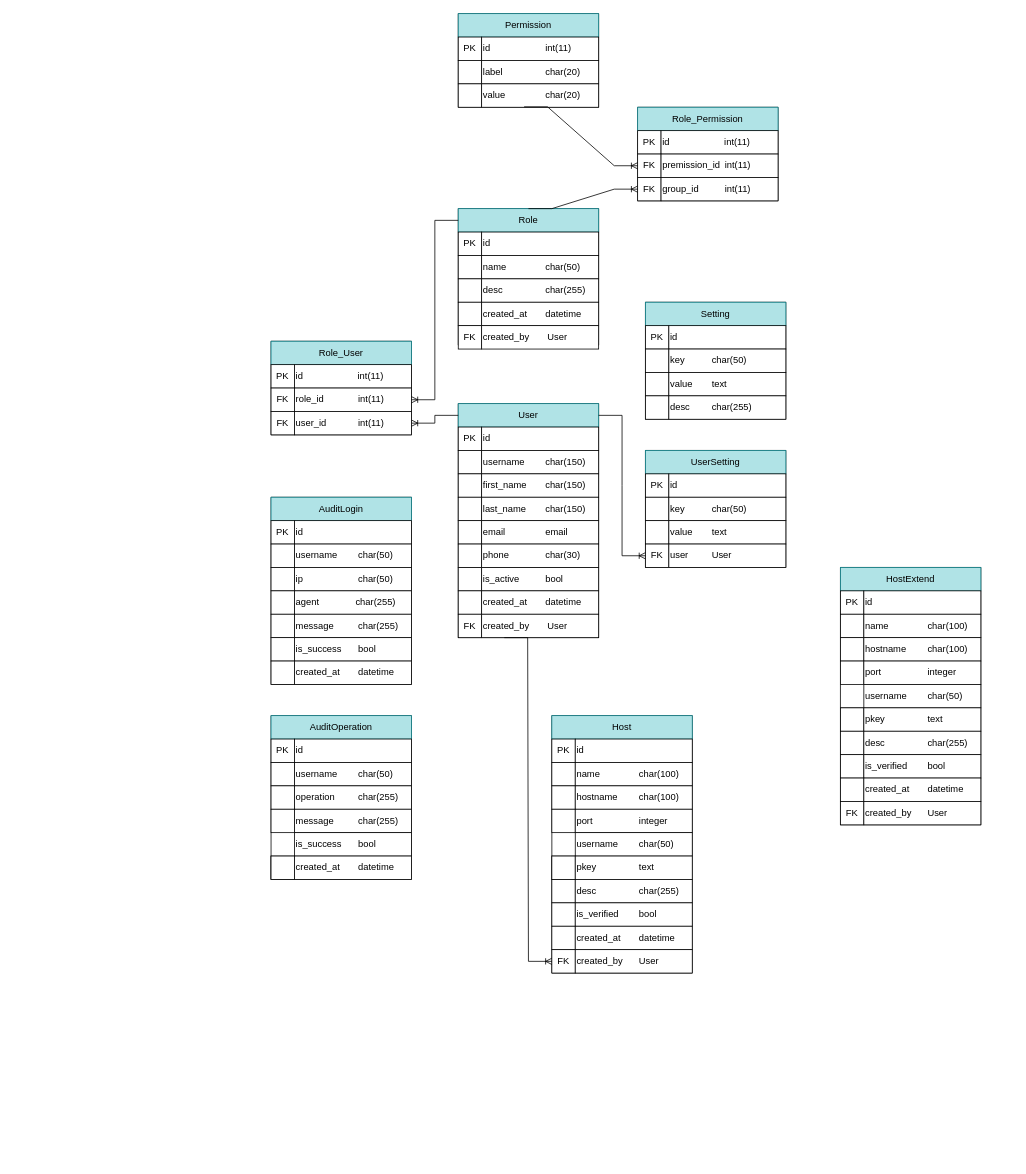
Before: 思创运维平台数据库设计.drawio in yihezhou/diagrams, a draw.io diagram. Source tidied: cells renumbered, new cells numbered last; positions are measured from the earlier drawing's top-left corner, leaving out a move shared by most shapes. Both pictures are drawn from the tidied source at 78%, with x=0, y=0 at pixel (271, 13).
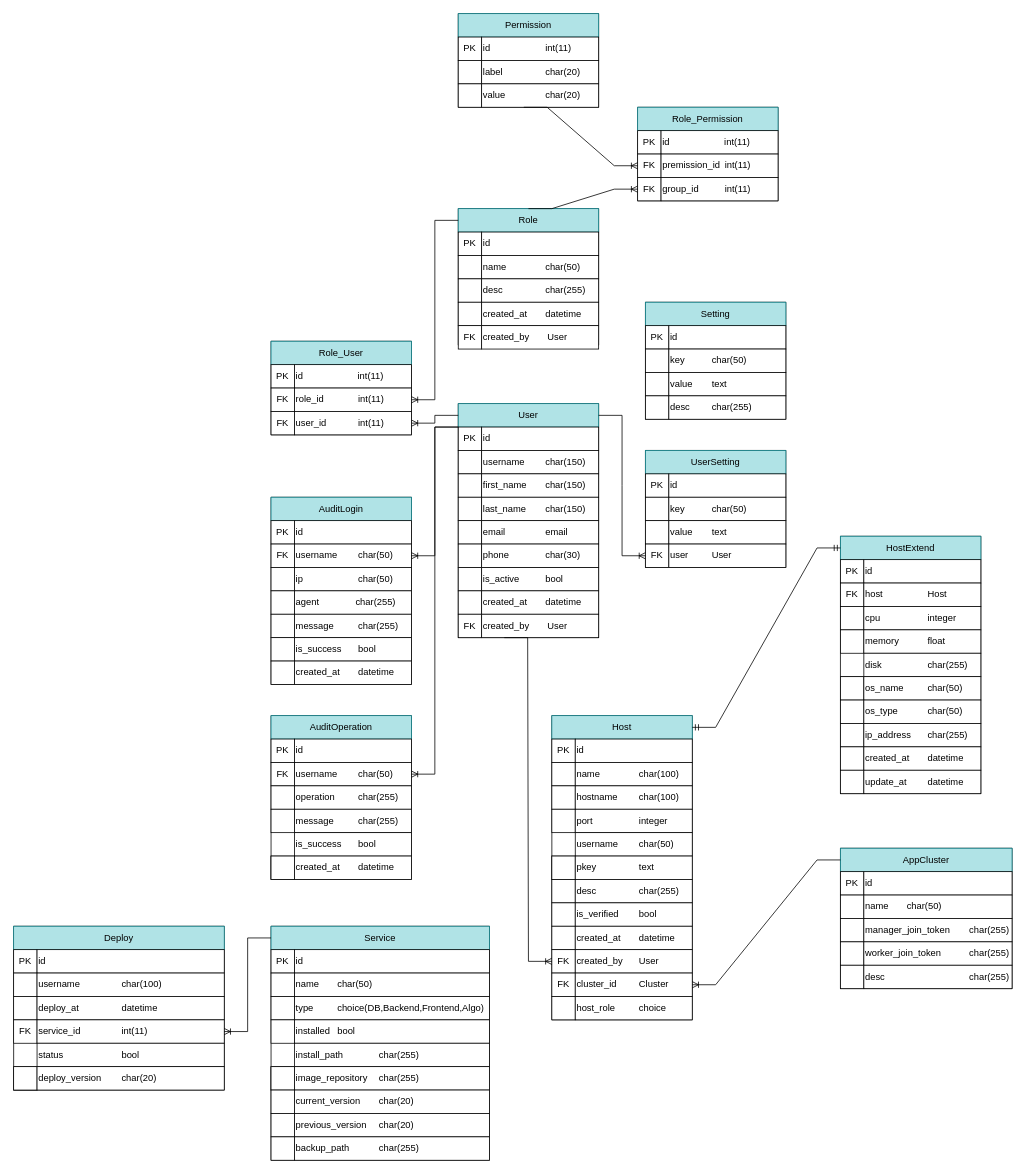
After the change.

Commit message (it also covers changes not shown here):
更新思创运维平台数据库设计.drawio

The change refers to these unchanged cells:
```xml
<mxCell id="9" value="value&lt;span style=&quot;white-space: pre;&quot;&gt;&#9;&lt;/span&gt;&lt;span style=&quot;white-space: pre;&quot;&gt;&#9;&lt;/span&gt;char(20)" style="rounded=0;whiteSpace=wrap;html=1;align=left;" parent="2" vertex="1">
  <mxGeometry x="30" y="90" width="150" height="30" as="geometry" />
</mxCell>
<mxCell id="26" value="FK" style="rounded=0;whiteSpace=wrap;html=1;" parent="22" vertex="1">
  <mxGeometry y="60" width="30" height="30" as="geometry" />
</mxCell>
<mxCell id="53" value="User" style="rounded=0;whiteSpace=wrap;html=1;fillColor=#b0e3e6;strokeColor=#0e8088;" parent="52" vertex="1">
  <mxGeometry width="180" height="30" as="geometry" />
</mxCell>
<mxCell id="83" style="swimlane;startSize=0;" parent="1" vertex="1">
  <mxGeometry y="620" width="180" height="240" as="geometry" />
</mxCell>
<mxCell id="88" value="username&lt;span style=&quot;white-space: pre;&quot;&gt;&#9;&lt;/span&gt;char(50)" style="rounded=0;whiteSpace=wrap;html=1;align=left;" parent="83" vertex="1">
  <mxGeometry x="30" y="60" width="150" height="30" as="geometry" />
</mxCell>
<mxCell id="99" style="swimlane;startSize=0;" parent="1" vertex="1">
  <mxGeometry y="900" width="180" height="210" as="geometry" />
</mxCell>
<mxCell id="104" value="username&lt;span style=&quot;white-space: pre;&quot;&gt;&#9;&lt;/span&gt;char(50)" style="rounded=0;whiteSpace=wrap;html=1;align=left;" parent="99" vertex="1">
  <mxGeometry x="30" y="60" width="150" height="30" as="geometry" />
</mxCell>
<mxCell id="114" value="Host" style="rounded=0;whiteSpace=wrap;html=1;fillColor=#b0e3e6;strokeColor=#0e8088;" parent="113" vertex="1">
  <mxGeometry width="180" height="30" as="geometry" />
</mxCell>
<mxCell id="137" value="HostExtend" style="rounded=0;whiteSpace=wrap;html=1;fillColor=#b0e3e6;strokeColor=#0e8088;" parent="136" vertex="1">
  <mxGeometry width="180" height="30" as="geometry" />
</mxCell>
```

Diff of the diagram source:
```diff
@@
-    <mxCell id="31" style="edgeStyle=entityRelationEdgeStyle;fontSize=12;html=1;endArrow=ERoneToMany;rounded=0;exitX=0.363;exitY=0.981;exitDx=0;exitDy=0;entryX=0;entryY=0.5;entryDx=0;entryDy=0;exitPerimeter=0;" parent="1" edge="1" source="9" target="26">
-      <mxGeometry relative="1" as="geometry" />
+    <mxCell id="31" style="edgeStyle=entityRelationEdgeStyle;fontSize=12;html=1;endArrow=ERoneToMany;rounded=0;entryX=0;entryY=0.5;entryDx=0;entryDy=0;" parent="1" edge="1" target="26">
+      <mxGeometry relative="1" as="geometry">
+        <mxPoint x="324" y="120" as="sourcePoint" />
+      </mxGeometry>
     </mxCell>
@@
-    <mxCell id="87" style="rounded=0;whiteSpace=wrap;html=1;" parent="83" vertex="1">
+    <mxCell id="87" value="FK" style="rounded=0;whiteSpace=wrap;html=1;" parent="83" vertex="1">
       <mxGeometry y="60" width="30" height="30" as="geometry" />
     </mxCell>
@@
-    <mxCell id="103" style="rounded=0;whiteSpace=wrap;html=1;" parent="99" vertex="1">
+    <mxCell id="103" value="FK" style="rounded=0;whiteSpace=wrap;html=1;" parent="99" vertex="1">
       <mxGeometry y="60" width="30" height="30" as="geometry" />
     </mxCell>
@@
     <mxCell id="113" style="swimlane;startSize=0;" parent="1" vertex="1">
-      <mxGeometry x="360" y="900" width="180" height="330" as="geometry" />
+      <mxGeometry x="360" y="900" width="180" height="390" as="geometry" />
     </mxCell>
@@
+    <mxCell id="158" value="FK" style="rounded=0;whiteSpace=wrap;html=1;" parent="113" vertex="1">
+      <mxGeometry y="330" width="30" height="30" as="geometry" />
+    </mxCell>
+    <mxCell id="159" value="cluster_id&lt;span style=&quot;white-space: pre;&quot;&gt;&#9;&lt;/span&gt;&lt;span style=&quot;white-space: pre;&quot;&gt;&#9;&lt;/span&gt;Cluster" style="rounded=0;whiteSpace=wrap;html=1;align=left;" parent="113" vertex="1">
+      <mxGeometry x="30" y="330" width="150" height="30" as="geometry" />
+    </mxCell>
+    <mxCell id="160" style="rounded=0;whiteSpace=wrap;html=1;" parent="113" vertex="1">
+      <mxGeometry y="360" width="30" height="30" as="geometry" />
+    </mxCell>
+    <mxCell id="161" value="host_role&lt;span style=&quot;white-space: pre;&quot;&gt;&#9;&lt;span style=&quot;white-space: pre;&quot;&gt;&#9;&lt;/span&gt;&lt;/span&gt;choice" style="rounded=0;whiteSpace=wrap;html=1;align=left;" parent="113" vertex="1">
+      <mxGeometry x="30" y="360" width="150" height="30" as="geometry" />
+    </mxCell>
@@
     <mxCell id="136" style="swimlane;startSize=0;" parent="1" vertex="1">
-      <mxGeometry x="730" y="710" width="180" height="330" as="geometry" />
+      <mxGeometry x="730" y="670" width="180" height="330" as="geometry" />
     </mxCell>
@@
-    <mxCell id="140" style="rounded=0;whiteSpace=wrap;html=1;" parent="136" vertex="1">
+    <mxCell id="140" value="FK" style="rounded=0;whiteSpace=wrap;html=1;" parent="136" vertex="1">
       <mxGeometry y="60" width="30" height="30" as="geometry" />
     </mxCell>
-    <mxCell id="141" value="name&lt;span style=&quot;white-space: pre;&quot;&gt;&#9;&lt;span style=&quot;white-space: pre;&quot;&gt;&#9;&lt;/span&gt;&lt;/span&gt;char(100)" style="rounded=0;whiteSpace=wrap;html=1;align=left;" parent="136" vertex="1">
+    <mxCell id="141" value="host&lt;span style=&quot;white-space: pre;&quot;&gt;&#9;&lt;/span&gt;&lt;span style=&quot;white-space: pre;&quot;&gt;&#9;&lt;/span&gt;&lt;span style=&quot;white-space: pre;&quot;&gt;&#9;&lt;/span&gt;Host" style="rounded=0;whiteSpace=wrap;html=1;align=left;" parent="136" vertex="1">
       <mxGeometry x="30" y="60" width="150" height="30" as="geometry" />
     </mxCell>
@@
-    <mxCell id="143" value="hostname&lt;span style=&quot;white-space: pre;&quot;&gt;&#9;&lt;/span&gt;char(100)" style="rounded=0;whiteSpace=wrap;html=1;align=left;" parent="136" vertex="1">
+    <mxCell id="143" value="cpu&lt;span style=&quot;white-space: pre;&quot;&gt;&#9;&lt;/span&gt;&lt;span style=&quot;white-space: pre;&quot;&gt;&#9;&lt;/span&gt;&lt;span style=&quot;white-space: pre;&quot;&gt;&#9;&lt;/span&gt;integer" style="rounded=0;whiteSpace=wrap;html=1;align=left;" parent="136" vertex="1">
       <mxGeometry x="30" y="90" width="150" height="30" as="geometry" />
     </mxCell>
@@
-    <mxCell id="145" value="port&lt;span style=&quot;white-space: pre;&quot;&gt;&#9;&lt;/span&gt;&lt;span style=&quot;white-space: pre;&quot;&gt;&#9;&lt;/span&gt;&lt;span style=&quot;white-space: pre;&quot;&gt;&#9;&lt;/span&gt;integer" style="rounded=0;whiteSpace=wrap;html=1;align=left;" parent="136" vertex="1">
+    <mxCell id="145" value="memory&lt;span style=&quot;white-space: pre;&quot;&gt;&#9;&lt;/span&gt;&lt;span style=&quot;white-space: pre;&quot;&gt;&#9;&lt;/span&gt;float" style="rounded=0;whiteSpace=wrap;html=1;align=left;" parent="136" vertex="1">
       <mxGeometry x="30" y="120" width="150" height="30" as="geometry" />
     </mxCell>
@@
-    <mxCell id="147" value="username&lt;span style=&quot;white-space: pre;&quot;&gt;&#9;&lt;/span&gt;char(50)" style="rounded=0;whiteSpace=wrap;html=1;align=left;" parent="136" vertex="1">
+    <mxCell id="147" value="disk&lt;span style=&quot;white-space: pre;&quot;&gt;&#9;&lt;/span&gt;&lt;span style=&quot;white-space: pre;&quot;&gt;&#9;&lt;/span&gt;&lt;span style=&quot;white-space: pre;&quot;&gt;&#9;&lt;/span&gt;char(255)" style="rounded=0;whiteSpace=wrap;html=1;align=left;" parent="136" vertex="1">
       <mxGeometry x="30" y="150" width="150" height="30" as="geometry" />
     </mxCell>
@@
-    <mxCell id="149" value="pkey&lt;span style=&quot;white-space: pre;&quot;&gt;&#9;&lt;/span&gt;&lt;span style=&quot;white-space: pre;&quot;&gt;&#9;&lt;/span&gt;text" style="rounded=0;whiteSpace=wrap;html=1;align=left;" parent="136" vertex="1">
+    <mxCell id="149" value="os_name&lt;span style=&quot;white-space: pre;&quot;&gt;&#9;&lt;/span&gt;&lt;span style=&quot;white-space: pre;&quot;&gt;&#9;&lt;/span&gt;char(50)" style="rounded=0;whiteSpace=wrap;html=1;align=left;" parent="136" vertex="1">
       <mxGeometry x="30" y="180" width="150" height="30" as="geometry" />
     </mxCell>
@@
-    <mxCell id="151" value="desc&lt;span style=&quot;white-space: pre;&quot;&gt;&#9;&lt;/span&gt;&lt;span style=&quot;white-space: pre;&quot;&gt;&#9;&lt;/span&gt;char(255)" style="rounded=0;whiteSpace=wrap;html=1;align=left;" parent="136" vertex="1">
+    <mxCell id="151" value="os_type&lt;span style=&quot;white-space: pre;&quot;&gt;&#9;&lt;/span&gt;&lt;span style=&quot;white-space: pre;&quot;&gt;&#9;&lt;/span&gt;char(50)" style="rounded=0;whiteSpace=wrap;html=1;align=left;" parent="136" vertex="1">
       <mxGeometry x="30" y="210" width="150" height="30" as="geometry" />
     </mxCell>
@@
-    <mxCell id="153" value="is_verified&lt;span style=&quot;white-space: pre;&quot;&gt;&#9;&lt;/span&gt;bool" style="rounded=0;whiteSpace=wrap;html=1;align=left;" parent="136" vertex="1">
+    <mxCell id="153" value="ip_address&lt;span style=&quot;white-space: pre;&quot;&gt;&#9;&lt;/span&gt;char(255)" style="rounded=0;whiteSpace=wrap;html=1;align=left;" parent="136" vertex="1">
       <mxGeometry x="30" y="240" width="150" height="30" as="geometry" />
     </mxCell>
@@
-    <mxCell id="156" value="FK" style="rounded=0;whiteSpace=wrap;html=1;" parent="136" vertex="1">
+    <mxCell id="156" style="rounded=0;whiteSpace=wrap;html=1;" parent="136" vertex="1">
       <mxGeometry y="300" width="30" height="30" as="geometry" />
     </mxCell>
-    <mxCell id="157" value="created_by&lt;span style=&quot;white-space: pre;&quot;&gt;&#9;&lt;/span&gt;User" style="rounded=0;whiteSpace=wrap;html=1;align=left;" parent="136" vertex="1">
+    <mxCell id="157" value="update_at&lt;span style=&quot;white-space: pre;&quot;&gt;&#9;&lt;/span&gt;datetime" style="rounded=0;whiteSpace=wrap;html=1;align=left;" parent="136" vertex="1">
       <mxGeometry x="30" y="300" width="150" height="30" as="geometry" />
     </mxCell>
+    <mxCell id="162" style="edgeStyle=entityRelationEdgeStyle;fontSize=12;html=1;endArrow=ERmandOne;startArrow=ERmandOne;rounded=0;exitX=1;exitY=0.5;exitDx=0;exitDy=0;entryX=0;entryY=0.5;entryDx=0;entryDy=0;" parent="1" edge="1" source="114" target="137">
+      <mxGeometry relative="1" as="geometry">
+        <Array as="points">
+          <mxPoint x="680" y="850" />
+        </Array>
+      </mxGeometry>
+    </mxCell>
+    <mxCell id="163" style="edgeStyle=entityRelationEdgeStyle;fontSize=12;html=1;endArrow=ERoneToMany;rounded=0;entryX=1;entryY=0.5;entryDx=0;entryDy=0;exitX=0;exitY=1;exitDx=0;exitDy=0;" parent="1" edge="1" source="53" target="88">
+      <mxGeometry relative="1" as="geometry" />
+    </mxCell>
+    <mxCell id="164" style="edgeStyle=entityRelationEdgeStyle;fontSize=12;html=1;endArrow=ERoneToMany;rounded=0;entryX=1;entryY=0.5;entryDx=0;entryDy=0;exitX=0;exitY=1;exitDx=0;exitDy=0;" parent="1" edge="1" source="53" target="104">
+      <mxGeometry relative="1" as="geometry" />
+    </mxCell>
+    <mxCell id="165" style="swimlane;startSize=0;" parent="1" vertex="1">
+      <mxGeometry x="730" y="1070" width="220" height="180" as="geometry" />
+    </mxCell>
+    <mxCell id="166" value="AppCluster" style="rounded=0;whiteSpace=wrap;html=1;fillColor=#b0e3e6;strokeColor=#0e8088;" parent="165" vertex="1">
+      <mxGeometry width="220" height="30" as="geometry" />
+    </mxCell>
+    <mxCell id="167" value="PK" style="rounded=0;whiteSpace=wrap;html=1;" parent="165" vertex="1">
+      <mxGeometry y="30" width="30" height="30" as="geometry" />
+    </mxCell>
+    <mxCell id="168" value="id" style="rounded=0;whiteSpace=wrap;html=1;align=left;" parent="165" vertex="1">
+      <mxGeometry x="30" y="30" width="190" height="30" as="geometry" />
+    </mxCell>
+    <mxCell id="169" style="rounded=0;whiteSpace=wrap;html=1;" parent="165" vertex="1">
+      <mxGeometry y="60" width="30" height="30" as="geometry" />
+    </mxCell>
+    <mxCell id="170" value="name&lt;span style=&quot;white-space: pre;&quot;&gt;&#9;&lt;/span&gt;char(50)" style="rounded=0;whiteSpace=wrap;html=1;align=left;" parent="165" vertex="1">
+      <mxGeometry x="30" y="60" width="190" height="30" as="geometry" />
+    </mxCell>
+    <mxCell id="171" style="rounded=0;whiteSpace=wrap;html=1;" parent="165" vertex="1">
+      <mxGeometry y="90" width="30" height="30" as="geometry" />
+    </mxCell>
+    <mxCell id="172" value="manager_join_token&lt;span style=&quot;white-space: pre;&quot;&gt;&#9;&lt;/span&gt;char(255)" style="rounded=0;whiteSpace=wrap;html=1;align=left;" parent="165" vertex="1">
+      <mxGeometry x="30" y="90" width="190" height="30" as="geometry" />
+    </mxCell>
+    <mxCell id="173" style="rounded=0;whiteSpace=wrap;html=1;" parent="165" vertex="1">
+      <mxGeometry y="120" width="30" height="30" as="geometry" />
+    </mxCell>
+    <mxCell id="174" value="worker_join_token&lt;span style=&quot;white-space: pre;&quot;&gt;&#9;&lt;/span&gt;&lt;span style=&quot;white-space: pre;&quot;&gt;&#9;&lt;/span&gt;char(255)" style="rounded=0;whiteSpace=wrap;html=1;align=left;" parent="165" vertex="1">
+      <mxGeometry x="30" y="120" width="190" height="30" as="geometry" />
+    </mxCell>
+    <mxCell id="175" style="rounded=0;whiteSpace=wrap;html=1;" parent="165" vertex="1">
+      <mxGeometry y="150" width="30" height="30" as="geometry" />
+    </mxCell>
+    <mxCell id="176" value="desc&lt;span style=&quot;white-space: pre;&quot;&gt;&#9;&lt;span style=&quot;white-space: pre;&quot;&gt;&#9;&lt;/span&gt;&lt;span style=&quot;white-space: pre;&quot;&gt;&#9;&lt;/span&gt;&lt;span style=&quot;white-space: pre;&quot;&gt;&#9;&lt;/span&gt;&lt;/span&gt;char(255)" style="rounded=0;whiteSpace=wrap;html=1;align=left;" parent="165" vertex="1">
+      <mxGeometry x="30" y="150" width="190" height="30" as="geometry" />
+    </mxCell>
+    <mxCell id="177" style="edgeStyle=entityRelationEdgeStyle;fontSize=12;html=1;endArrow=ERoneToMany;rounded=0;exitX=0;exitY=0.5;exitDx=0;exitDy=0;" parent="1" edge="1" source="166" target="159">
+      <mxGeometry relative="1" as="geometry" />
+    </mxCell>
+    <mxCell id="178" style="swimlane;startSize=0;" parent="1" vertex="1">
+      <mxGeometry y="1170" width="280" height="300" as="geometry" />
+    </mxCell>
+    <mxCell id="179" value="Service" style="rounded=0;whiteSpace=wrap;html=1;fillColor=#b0e3e6;strokeColor=#0e8088;" parent="178" vertex="1">
+      <mxGeometry width="280" height="30" as="geometry" />
+    </mxCell>
+    <mxCell id="180" value="PK" style="rounded=0;whiteSpace=wrap;html=1;" parent="178" vertex="1">
+      <mxGeometry y="30" width="30" height="30" as="geometry" />
+    </mxCell>
+    <mxCell id="181" value="id" style="rounded=0;whiteSpace=wrap;html=1;align=left;" parent="178" vertex="1">
+      <mxGeometry x="30" y="30" width="250" height="30" as="geometry" />
+    </mxCell>
+    <mxCell id="182" style="rounded=0;whiteSpace=wrap;html=1;" parent="178" vertex="1">
+      <mxGeometry y="60" width="30" height="30" as="geometry" />
+    </mxCell>
+    <mxCell id="183" value="name&lt;span style=&quot;white-space: pre;&quot;&gt;&#9;&lt;/span&gt;char(50)" style="rounded=0;whiteSpace=wrap;html=1;align=left;" parent="178" vertex="1">
+      <mxGeometry x="30" y="60" width="250" height="30" as="geometry" />
+    </mxCell>
+    <mxCell id="184" style="rounded=0;whiteSpace=wrap;html=1;" parent="178" vertex="1">
+      <mxGeometry y="90" width="30" height="30" as="geometry" />
+    </mxCell>
+    <mxCell id="185" value="type&lt;span style=&quot;white-space: pre;&quot;&gt;&#9;&lt;/span&gt;&lt;span style=&quot;white-space: pre;&quot;&gt;&#9;&lt;/span&gt;choice(DB,Backend,Frontend,Algo)" style="rounded=0;whiteSpace=wrap;html=1;align=left;" parent="178" vertex="1">
+      <mxGeometry x="30" y="90" width="250" height="30" as="geometry" />
+    </mxCell>
+    <mxCell id="186" style="rounded=0;whiteSpace=wrap;html=1;" parent="178" vertex="1">
+      <mxGeometry y="120" width="30" height="30" as="geometry" />
+    </mxCell>
+    <mxCell id="187" value="installed&amp;nbsp;&lt;span style=&quot;white-space: pre;&quot;&gt;&#9;&lt;/span&gt;bool" style="rounded=0;whiteSpace=wrap;html=1;align=left;" parent="178" vertex="1">
+      <mxGeometry x="30" y="120" width="250" height="30" as="geometry" />
+    </mxCell>
+    <mxCell id="188" style="rounded=0;whiteSpace=wrap;html=1;" parent="178" vertex="1">
+      <mxGeometry y="180" width="30" height="30" as="geometry" />
+    </mxCell>
+    <mxCell id="189" value="install_path&lt;span style=&quot;white-space: pre;&quot;&gt;&#9;&lt;span style=&quot;white-space: pre;&quot;&gt;&#9;&lt;/span&gt;&lt;/span&gt;char(255)" style="rounded=0;whiteSpace=wrap;html=1;align=left;" parent="178" vertex="1">
+      <mxGeometry x="30" y="150" width="250" height="30" as="geometry" />
+    </mxCell>
+    <mxCell id="190" style="rounded=0;whiteSpace=wrap;html=1;" parent="178" vertex="1">
+      <mxGeometry y="180" width="30" height="30" as="geometry" />
+    </mxCell>
+    <mxCell id="191" value="image_repository&lt;span style=&quot;white-space: pre;&quot;&gt;&#9;&lt;/span&gt;char(255)" style="rounded=0;whiteSpace=wrap;html=1;align=left;" parent="178" vertex="1">
+      <mxGeometry x="30" y="180" width="250" height="30" as="geometry" />
+    </mxCell>
+    <mxCell id="192" style="rounded=0;whiteSpace=wrap;html=1;" parent="178" vertex="1">
+      <mxGeometry y="210" width="30" height="30" as="geometry" />
+    </mxCell>
+    <mxCell id="193" value="current_version&lt;span style=&quot;white-space: pre;&quot;&gt;&#9;&lt;/span&gt;char(20)" style="rounded=0;whiteSpace=wrap;html=1;align=left;" parent="178" vertex="1">
+      <mxGeometry x="30" y="210" width="250" height="30" as="geometry" />
+    </mxCell>
+    <mxCell id="194" style="rounded=0;whiteSpace=wrap;html=1;" parent="178" vertex="1">
+      <mxGeometry y="240" width="30" height="30" as="geometry" />
+    </mxCell>
+    <mxCell id="195" value="previous_version&lt;span style=&quot;white-space: pre;&quot;&gt;&#9;&lt;/span&gt;char(20)" style="rounded=0;whiteSpace=wrap;html=1;align=left;" parent="178" vertex="1">
+      <mxGeometry x="30" y="240" width="250" height="30" as="geometry" />
+    </mxCell>
+    <mxCell id="196" style="rounded=0;whiteSpace=wrap;html=1;" parent="178" vertex="1">
+      <mxGeometry y="270" width="30" height="30" as="geometry" />
+    </mxCell>
+    <mxCell id="197" value="backup_path&lt;span style=&quot;white-space: pre;&quot;&gt;&#9;&lt;/span&gt;&lt;span style=&quot;white-space: pre;&quot;&gt;&#9;&lt;/span&gt;char(255)" style="rounded=0;whiteSpace=wrap;html=1;align=left;" parent="178" vertex="1">
+      <mxGeometry x="30" y="270" width="250" height="30" as="geometry" />
+    </mxCell>
+    <mxCell id="198" style="swimlane;startSize=0;" parent="1" vertex="1">
+      <mxGeometry x="-330" y="1170" width="270" height="210" as="geometry" />
+    </mxCell>
+    <mxCell id="199" value="Deploy" style="rounded=0;whiteSpace=wrap;html=1;fillColor=#b0e3e6;strokeColor=#0e8088;" parent="198" vertex="1">
+      <mxGeometry width="270" height="30" as="geometry" />
+    </mxCell>
+    <mxCell id="200" value="PK" style="rounded=0;whiteSpace=wrap;html=1;" parent="198" vertex="1">
+      <mxGeometry y="30" width="30" height="30" as="geometry" />
+    </mxCell>
+    <mxCell id="201" value="id" style="rounded=0;whiteSpace=wrap;html=1;align=left;" parent="198" vertex="1">
+      <mxGeometry x="30" y="30" width="240" height="30" as="geometry" />
+    </mxCell>
+    <mxCell id="202" style="rounded=0;whiteSpace=wrap;html=1;" parent="198" vertex="1">
+      <mxGeometry y="60" width="30" height="30" as="geometry" />
+    </mxCell>
+    <mxCell id="203" value="username&lt;span style=&quot;white-space: pre;&quot;&gt;&#9;&lt;/span&gt;&lt;span style=&quot;white-space: pre;&quot;&gt;&#9;&lt;/span&gt;char(100)" style="rounded=0;whiteSpace=wrap;html=1;align=left;" parent="198" vertex="1">
+      <mxGeometry x="30" y="60" width="240" height="30" as="geometry" />
+    </mxCell>
+    <mxCell id="204" style="rounded=0;whiteSpace=wrap;html=1;" parent="198" vertex="1">
+      <mxGeometry y="90" width="30" height="30" as="geometry" />
+    </mxCell>
+    <mxCell id="205" value="deploy_at&lt;span style=&quot;white-space: pre;&quot;&gt;&#9;&lt;/span&gt;&lt;span style=&quot;white-space: pre;&quot;&gt;&#9;&lt;/span&gt;datetime" style="rounded=0;whiteSpace=wrap;html=1;align=left;" parent="198" vertex="1">
+      <mxGeometry x="30" y="90" width="240" height="30" as="geometry" />
+    </mxCell>
+    <mxCell id="206" value="FK" style="rounded=0;whiteSpace=wrap;html=1;" parent="198" vertex="1">
+      <mxGeometry y="120" width="30" height="30" as="geometry" />
+    </mxCell>
+    <mxCell id="207" value="service_id&lt;span style=&quot;white-space: pre;&quot;&gt;&#9;&lt;/span&gt;&lt;span style=&quot;white-space: pre;&quot;&gt;&#9;&lt;/span&gt;int(11)" style="rounded=0;whiteSpace=wrap;html=1;align=left;" parent="198" vertex="1">
+      <mxGeometry x="30" y="120" width="240" height="30" as="geometry" />
+    </mxCell>
+    <mxCell id="208" style="rounded=0;whiteSpace=wrap;html=1;" parent="198" vertex="1">
+      <mxGeometry y="180" width="30" height="30" as="geometry" />
+    </mxCell>
+    <mxCell id="209" value="status&lt;span style=&quot;white-space: pre;&quot;&gt;&#9;&lt;/span&gt;&lt;span style=&quot;white-space: pre;&quot;&gt;&#9;&lt;/span&gt;&lt;span style=&quot;white-space: pre;&quot;&gt;&#9;&lt;/span&gt;bool" style="rounded=0;whiteSpace=wrap;html=1;align=left;" parent="198" vertex="1">
+      <mxGeometry x="30" y="150" width="240" height="30" as="geometry" />
+    </mxCell>
+    <mxCell id="210" style="rounded=0;whiteSpace=wrap;html=1;" parent="198" vertex="1">
+      <mxGeometry y="180" width="30" height="30" as="geometry" />
+    </mxCell>
+    <mxCell id="211" value="deploy_version&lt;span style=&quot;white-space: pre;&quot;&gt;&#9;&lt;/span&gt;char(20)" style="rounded=0;whiteSpace=wrap;html=1;align=left;" parent="198" vertex="1">
+      <mxGeometry x="30" y="180" width="240" height="30" as="geometry" />
+    </mxCell>
+    <mxCell id="212" style="edgeStyle=entityRelationEdgeStyle;fontSize=12;html=1;endArrow=ERoneToMany;rounded=0;exitX=0;exitY=0.5;exitDx=0;exitDy=0;entryX=1;entryY=0.5;entryDx=0;entryDy=0;" parent="1" edge="1" source="179" target="207">
+      <mxGeometry relative="1" as="geometry" />
+    </mxCell>
```
